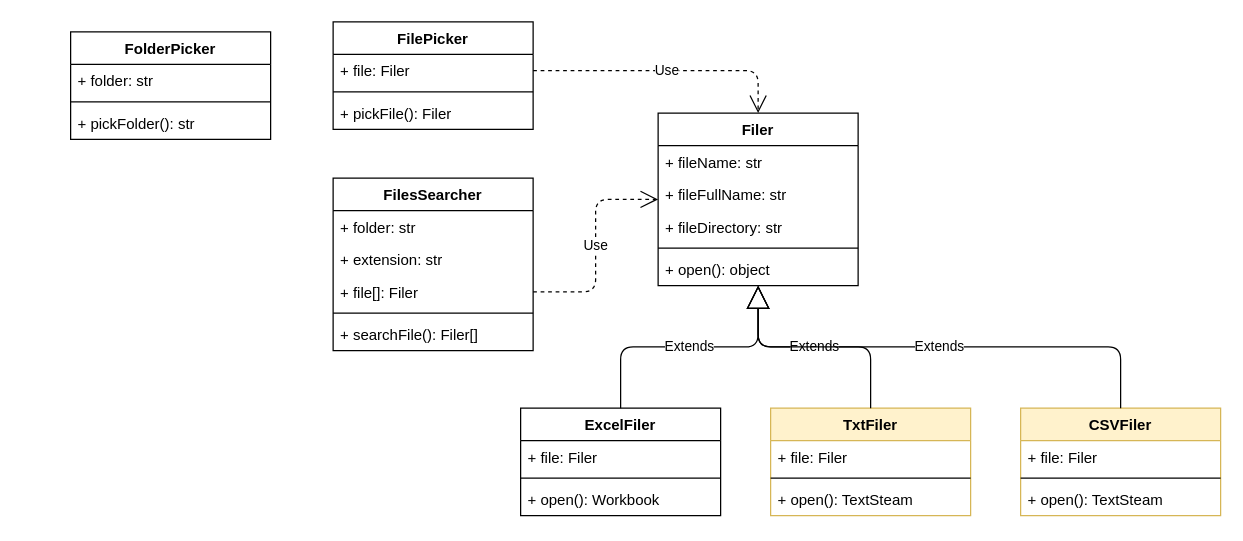
Above: page "FilePicker" (2 of 10) of Master UML For VBA Class.drawio in Youjwxyz/VBA_Library (draw.io), before the change. Source tidied: cells renumbered, new cells numbered last; positions are measured from the earlier drawing's top-left corner, leaving out a move shared by most shapes. Both pictures are drawn from the tidied source at 125%, with x=0, y=0 at pixel (70, 21).
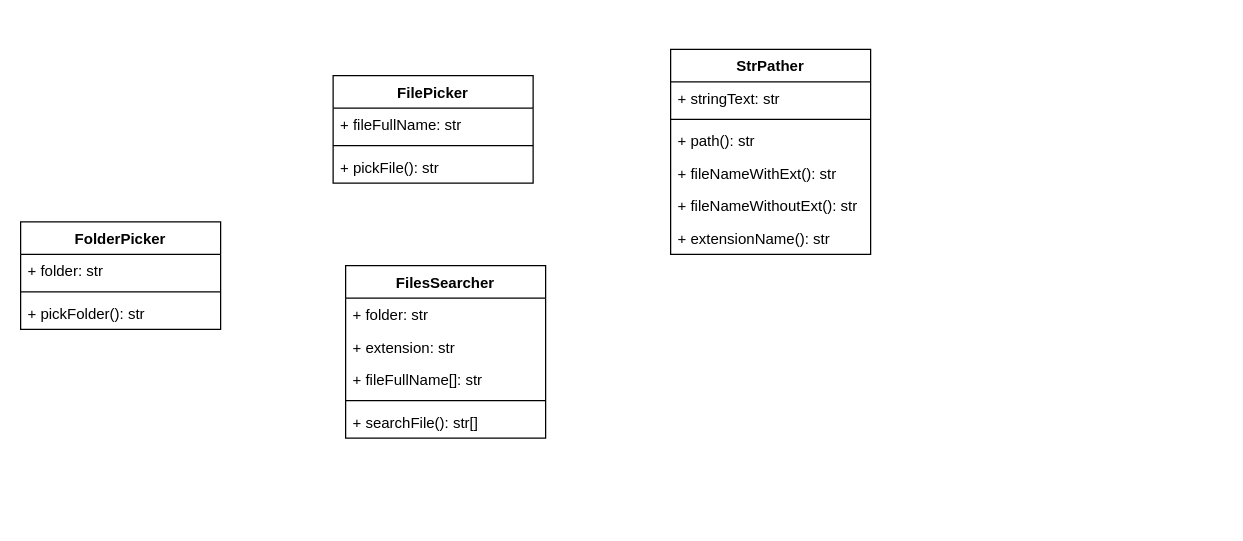
The same diagram, later.

What changed in the source:
```diff
@@
     <mxCell id="2" value="FilePicker" style="swimlane;fontStyle=1;align=center;verticalAlign=top;horizontal=1;startSize=26;" parent="1" vertex="1">
-      <mxGeometry x="210" width="160" height="86" as="geometry" />
+      <mxGeometry x="210" y="43" width="160" height="86" as="geometry" />
     </mxCell>
-    <mxCell id="3" value="+ file: Filer" style="text;strokeColor=none;fillColor=none;align=left;verticalAlign=top;spacingLeft=4;spacingRight=4;overflow=hidden;points=[[0,0.5],[1,0.5]];portConstraint=eastwest;" parent="2" vertex="1">
+    <mxCell id="3" value="+ fileFullName: str" style="text;strokeColor=none;fillColor=none;align=left;verticalAlign=top;spacingLeft=4;spacingRight=4;overflow=hidden;points=[[0,0.5],[1,0.5]];portConstraint=eastwest;" parent="2" vertex="1">
       <mxGeometry y="26" width="160" height="26" as="geometry" />
     </mxCell>
@@
-    <mxCell id="5" value="+ pickFile(): Filer" style="text;strokeColor=none;fillColor=none;align=left;verticalAlign=top;spacingLeft=4;spacingRight=4;overflow=hidden;" parent="2" vertex="1">
+    <mxCell id="5" value="+ pickFile(): str" style="text;strokeColor=none;fillColor=none;align=left;verticalAlign=top;spacingLeft=4;spacingRight=4;overflow=hidden;" parent="2" vertex="1">
       <mxGeometry y="60" width="160" height="26" as="geometry" />
     </mxCell>
     <mxCell id="6" value="FolderPicker" style="swimlane;fontStyle=1;align=center;verticalAlign=top;horizontal=1;startSize=26;" parent="1" vertex="1">
-      <mxGeometry y="8" width="160" height="86" as="geometry" />
+      <mxGeometry x="-40" y="160" width="160" height="86" as="geometry" />
     </mxCell>
@@
-    <mxCell id="10" value="Filer" style="swimlane;fontStyle=1;align=center;verticalAlign=top;horizontal=1;startSize=26;" parent="1" vertex="1">
-      <mxGeometry x="470" y="73" width="160" height="138" as="geometry" />
-    </mxCell>
-    <mxCell id="11" value="+ fileName: str" style="text;strokeColor=none;fillColor=none;align=left;verticalAlign=top;spacingLeft=4;spacingRight=4;overflow=hidden;" parent="10" vertex="1">
-      <mxGeometry y="26" width="160" height="26" as="geometry" />
-    </mxCell>
-    <mxCell id="12" value="+ fileFullName: str" style="text;strokeColor=none;fillColor=none;align=left;verticalAlign=top;spacingLeft=4;spacingRight=4;overflow=hidden;" parent="10" vertex="1">
-      <mxGeometry y="52" width="160" height="26" as="geometry" />
-    </mxCell>
-    <mxCell id="13" value="+ fileDirectory: str" style="text;strokeColor=none;fillColor=none;align=left;verticalAlign=top;spacingLeft=4;spacingRight=4;overflow=hidden;" parent="10" vertex="1">
-      <mxGeometry y="78" width="160" height="26" as="geometry" />
-    </mxCell>
-    <mxCell id="14" style="line;strokeWidth=1;fillColor=none;align=left;verticalAlign=middle;spacingTop=-1;spacingLeft=3;spacingRight=3;labelPosition=right;" parent="10" vertex="1">
-      <mxGeometry y="104" width="160" height="8" as="geometry" />
-    </mxCell>
-    <mxCell id="15" value="+ open(): object" style="text;strokeColor=none;fillColor=none;align=left;verticalAlign=top;spacingLeft=4;spacingRight=4;overflow=hidden;" parent="10" vertex="1">
-      <mxGeometry y="112" width="160" height="26" as="geometry" />
-    </mxCell>
-    <mxCell id="16" value="Use" style="endArrow=open;endSize=12;dashed=1;html=1;exitX=1;exitY=0.5;exitDx=0;exitDy=0;edgeStyle=orthogonalEdgeStyle;" parent="1" edge="1" source="3" target="10">
-      <mxGeometry relative="1" as="geometry" />
-    </mxCell>
-    <mxCell id="17" value="ExcelFiler" style="swimlane;fontStyle=1;align=center;verticalAlign=top;horizontal=1;startSize=26;" parent="1" vertex="1">
-      <mxGeometry x="360" y="309" width="160" height="86" as="geometry" />
-    </mxCell>
-    <mxCell id="18" value="+ file: Filer" style="text;strokeColor=none;fillColor=none;align=left;verticalAlign=top;spacingLeft=4;spacingRight=4;overflow=hidden;" parent="17" vertex="1">
-      <mxGeometry y="26" width="160" height="26" as="geometry" />
-    </mxCell>
-    <mxCell id="19" style="line;strokeWidth=1;fillColor=none;align=left;verticalAlign=middle;spacingTop=-1;spacingLeft=3;spacingRight=3;labelPosition=right;" parent="17" vertex="1">
-      <mxGeometry y="52" width="160" height="8" as="geometry" />
-    </mxCell>
-    <mxCell id="20" value="+ open(): Workbook" style="text;strokeColor=none;fillColor=none;align=left;verticalAlign=top;spacingLeft=4;spacingRight=4;overflow=hidden;" parent="17" vertex="1">
-      <mxGeometry y="60" width="160" height="26" as="geometry" />
-    </mxCell>
-    <mxCell id="21" value="Extends" style="endArrow=block;endSize=16;endFill=0;html=1;exitX=0.5;exitY=0;exitDx=0;exitDy=0;entryX=0.5;entryY=1;entryDx=0;entryDy=0;edgeStyle=orthogonalEdgeStyle;" parent="1" edge="1" source="17" target="10">
-      <mxGeometry relative="1" as="geometry" />
-    </mxCell>
     <mxCell id="22" value="FilesSearcher" style="swimlane;fontStyle=1;align=center;verticalAlign=top;horizontal=1;startSize=26;" parent="1" vertex="1">
-      <mxGeometry x="210" y="125" width="160" height="138" as="geometry" />
+      <mxGeometry x="220" y="195" width="160" height="138" as="geometry" />
     </mxCell>
@@
-    <mxCell id="25" value="+ file[]: Filer" style="text;strokeColor=none;fillColor=none;align=left;verticalAlign=top;spacingLeft=4;spacingRight=4;overflow=hidden;points=[[0,0.5],[1,0.5]];portConstraint=eastwest;" parent="22" vertex="1">
+    <mxCell id="25" value="+ fileFullName[]: str" style="text;strokeColor=none;fillColor=none;align=left;verticalAlign=top;spacingLeft=4;spacingRight=4;overflow=hidden;points=[[0,0.5],[1,0.5]];portConstraint=eastwest;" parent="22" vertex="1">
       <mxGeometry y="78" width="160" height="26" as="geometry" />
     </mxCell>
@@
-    <mxCell id="27" value="+ searchFile(): Filer[]" style="text;strokeColor=none;fillColor=none;align=left;verticalAlign=top;spacingLeft=4;spacingRight=4;overflow=hidden;" parent="22" vertex="1">
+    <mxCell id="27" value="+ searchFile(): str[]" style="text;strokeColor=none;fillColor=none;align=left;verticalAlign=top;spacingLeft=4;spacingRight=4;overflow=hidden;" parent="22" vertex="1">
       <mxGeometry y="112" width="160" height="26" as="geometry" />
     </mxCell>
-    <mxCell id="28" value="Use" style="endArrow=open;endSize=12;dashed=1;html=1;exitX=1;exitY=0.5;exitDx=0;exitDy=0;edgeStyle=orthogonalEdgeStyle;" parent="1" edge="1" source="25" target="10">
-      <mxGeometry relative="1" as="geometry" />
-    </mxCell>
-    <mxCell id="29" value="TxtFiler" style="swimlane;fontStyle=1;align=center;verticalAlign=top;horizontal=1;startSize=26;fillColor=#fff2cc;strokeColor=#d6b656;" parent="1" vertex="1">
-      <mxGeometry x="560" y="309" width="160" height="86" as="geometry" />
-    </mxCell>
-    <mxCell id="30" value="+ file: Filer" style="text;strokeColor=none;fillColor=none;align=left;verticalAlign=top;spacingLeft=4;spacingRight=4;overflow=hidden;" parent="29" vertex="1">
-      <mxGeometry y="26" width="160" height="26" as="geometry" />
-    </mxCell>
-    <mxCell id="31" style="line;strokeWidth=1;fillColor=none;align=left;verticalAlign=middle;spacingTop=-1;spacingLeft=3;spacingRight=3;labelPosition=right;" parent="29" vertex="1">
-      <mxGeometry y="52" width="160" height="8" as="geometry" />
-    </mxCell>
-    <mxCell id="32" value="+ open(): TextSteam" style="text;strokeColor=none;fillColor=none;align=left;verticalAlign=top;spacingLeft=4;spacingRight=4;overflow=hidden;" parent="29" vertex="1">
-      <mxGeometry y="60" width="160" height="26" as="geometry" />
-    </mxCell>
-    <mxCell id="33" value="Extends" style="endArrow=block;endSize=16;endFill=0;html=1;exitX=0.5;exitY=0;exitDx=0;exitDy=0;edgeStyle=orthogonalEdgeStyle;" parent="1" edge="1" source="29" target="10">
-      <mxGeometry relative="1" as="geometry" />
-    </mxCell>
-    <mxCell id="34" value="CSVFiler" style="swimlane;fontStyle=1;align=center;verticalAlign=top;horizontal=1;startSize=26;fillColor=#fff2cc;strokeColor=#d6b656;" parent="1" vertex="1">
-      <mxGeometry x="760" y="309" width="160" height="86" as="geometry" />
-    </mxCell>
-    <mxCell id="35" value="+ file: Filer" style="text;strokeColor=none;fillColor=none;align=left;verticalAlign=top;spacingLeft=4;spacingRight=4;overflow=hidden;" parent="34" vertex="1">
-      <mxGeometry y="26" width="160" height="26" as="geometry" />
-    </mxCell>
-    <mxCell id="36" style="line;strokeWidth=1;fillColor=none;align=left;verticalAlign=middle;spacingTop=-1;spacingLeft=3;spacingRight=3;labelPosition=right;" parent="34" vertex="1">
-      <mxGeometry y="52" width="160" height="8" as="geometry" />
-    </mxCell>
-    <mxCell id="37" value="+ open(): TextSteam" style="text;strokeColor=none;fillColor=none;align=left;verticalAlign=top;spacingLeft=4;spacingRight=4;overflow=hidden;" parent="34" vertex="1">
-      <mxGeometry y="60" width="160" height="26" as="geometry" />
-    </mxCell>
-    <mxCell id="38" value="Extends" style="endArrow=block;endSize=16;endFill=0;html=1;exitX=0.5;exitY=0;exitDx=0;exitDy=0;edgeStyle=orthogonalEdgeStyle;" parent="1" edge="1" source="34" target="10">
-      <mxGeometry relative="1" as="geometry" />
-    </mxCell>
+    <mxCell id="39" value="StrPather" style="swimlane;fontStyle=1;align=center;verticalAlign=top;horizontal=1;startSize=26;" parent="1" vertex="1">
+      <mxGeometry x="480" y="22" width="160" height="164" as="geometry" />
+    </mxCell>
+    <mxCell id="40" value="+ stringText: str" style="text;strokeColor=none;fillColor=none;align=left;verticalAlign=top;spacingLeft=4;spacingRight=4;overflow=hidden;" parent="39" vertex="1">
+      <mxGeometry y="26" width="160" height="26" as="geometry" />
+    </mxCell>
+    <mxCell id="41" style="line;strokeWidth=1;fillColor=none;align=left;verticalAlign=middle;spacingTop=-1;spacingLeft=3;spacingRight=3;labelPosition=right;" parent="39" vertex="1">
+      <mxGeometry y="52" width="160" height="8" as="geometry" />
+    </mxCell>
+    <mxCell id="42" value="+ path(): str" style="text;strokeColor=none;fillColor=none;align=left;verticalAlign=top;spacingLeft=4;spacingRight=4;overflow=hidden;" parent="39" vertex="1">
+      <mxGeometry y="60" width="160" height="26" as="geometry" />
+    </mxCell>
+    <mxCell id="43" value="+ fileNameWithExt(): str" style="text;strokeColor=none;fillColor=none;align=left;verticalAlign=top;spacingLeft=4;spacingRight=4;overflow=hidden;" parent="39" vertex="1">
+      <mxGeometry y="86" width="160" height="26" as="geometry" />
+    </mxCell>
+    <mxCell id="44" value="+ fileNameWithoutExt(): str" style="text;strokeColor=none;fillColor=none;align=left;verticalAlign=top;spacingLeft=4;spacingRight=4;overflow=hidden;" parent="39" vertex="1">
+      <mxGeometry y="112" width="160" height="26" as="geometry" />
+    </mxCell>
+    <mxCell id="45" value="+ extensionName(): str" style="text;strokeColor=none;fillColor=none;align=left;verticalAlign=top;spacingLeft=4;spacingRight=4;overflow=hidden;" parent="39" vertex="1">
+      <mxGeometry y="138" width="160" height="26" as="geometry" />
+    </mxCell>
```
